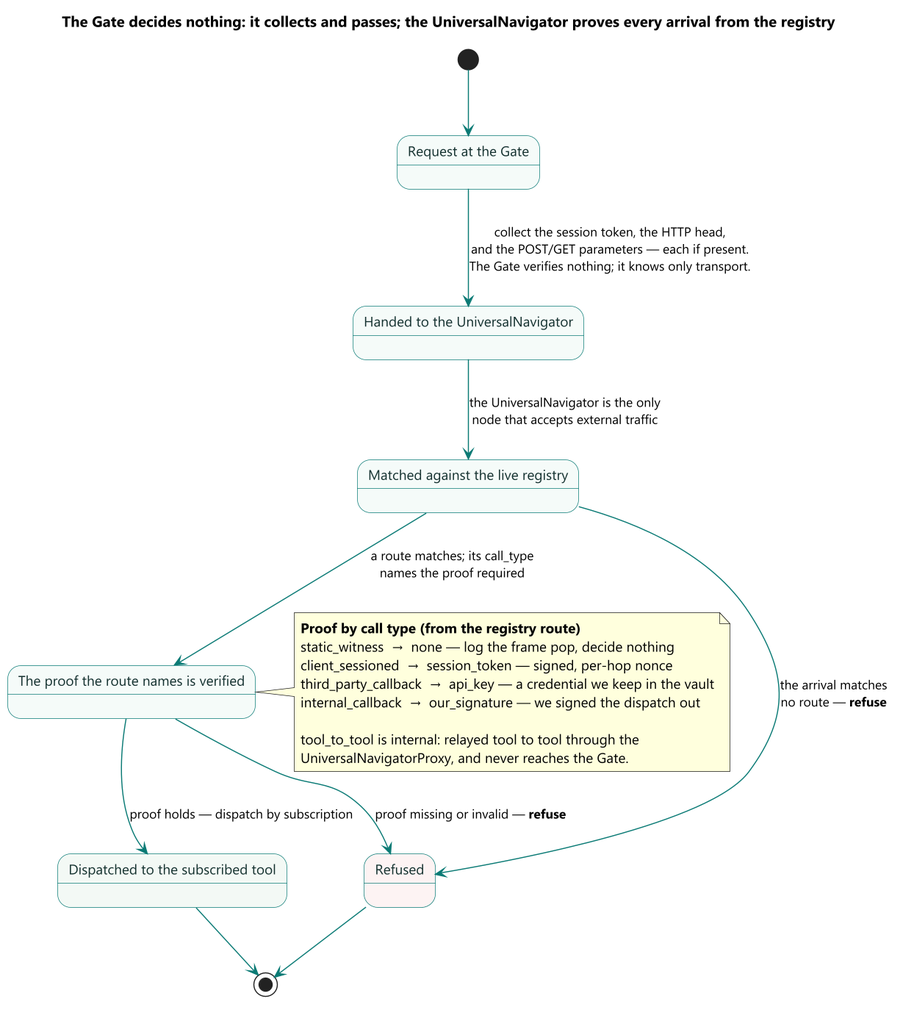
The PlantUML diagram brain/machine_artifacts/diagramsAndImages/rendered/sec_gate_enforcement.png in SkipSnow/ChatHealthyRepo, before a commit.
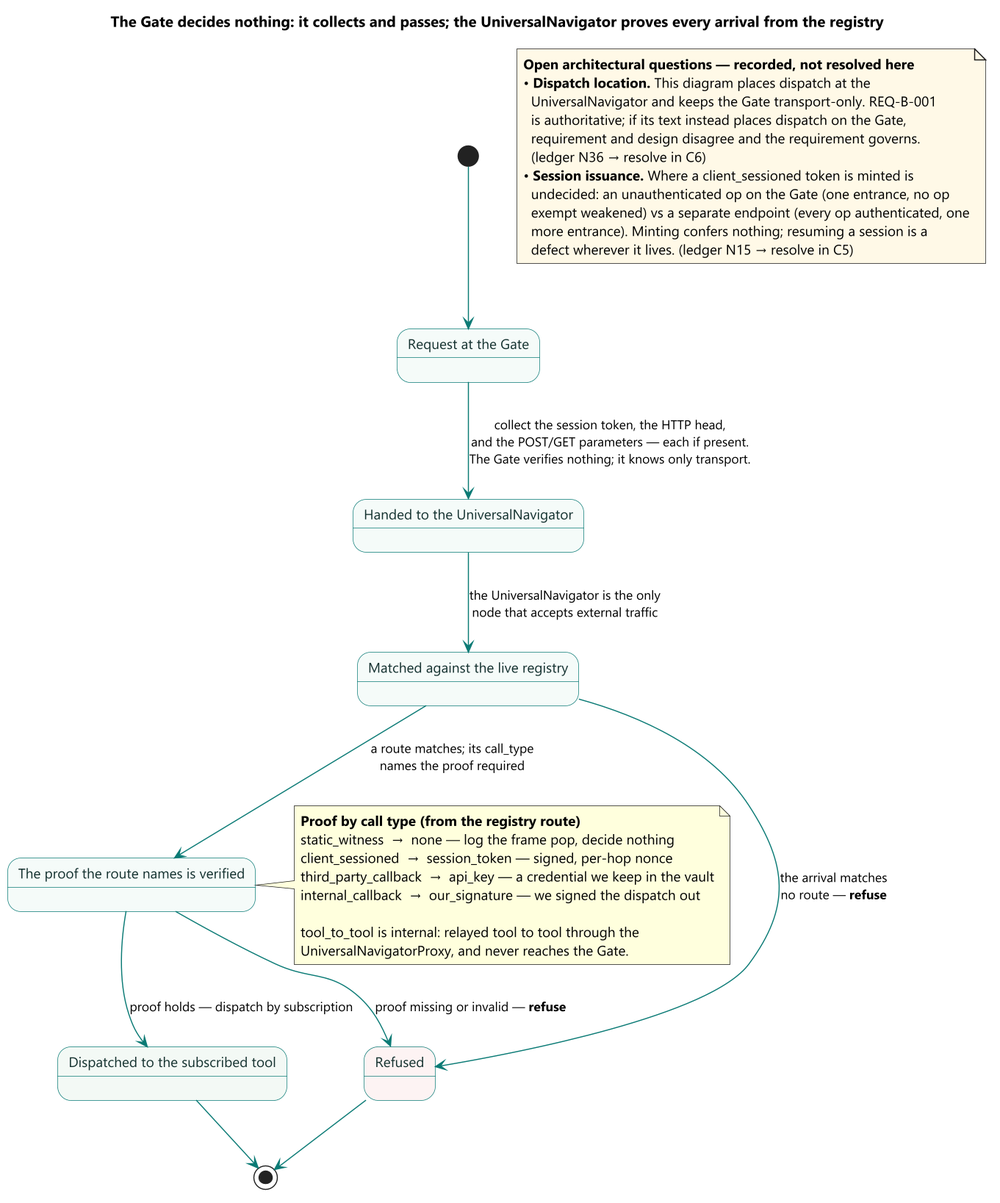
After the commit.

The edit, as a diff of the source:
```diff
@@ -47,4 +47,18 @@
   UniversalNavigatorProxy, and never reaches the Gate.
 end note
 
+note as OpenQs #FFF9E6
+  <b>Open architectural questions — recorded, not resolved here</b>
+  • <b>Dispatch location.</b> This diagram places dispatch at the
+    UniversalNavigator and keeps the Gate transport-only. REQ-B-001
+    is authoritative; if its text instead places dispatch on the Gate,
+    requirement and design disagree and the requirement governs.
+    (ledger N36 → resolve in C6)
+  • <b>Session issuance.</b> Where a client_sessioned token is minted is
+    undecided: an unauthenticated op on the Gate (one entrance, no op
+    exempt weakened) vs a separate endpoint (every op authenticated, one
+    more entrance). Minting confers nothing; resuming a session is a
+    defect wherever it lives. (ledger N15 → resolve in C5)
+end note
+
 @enduml
```
